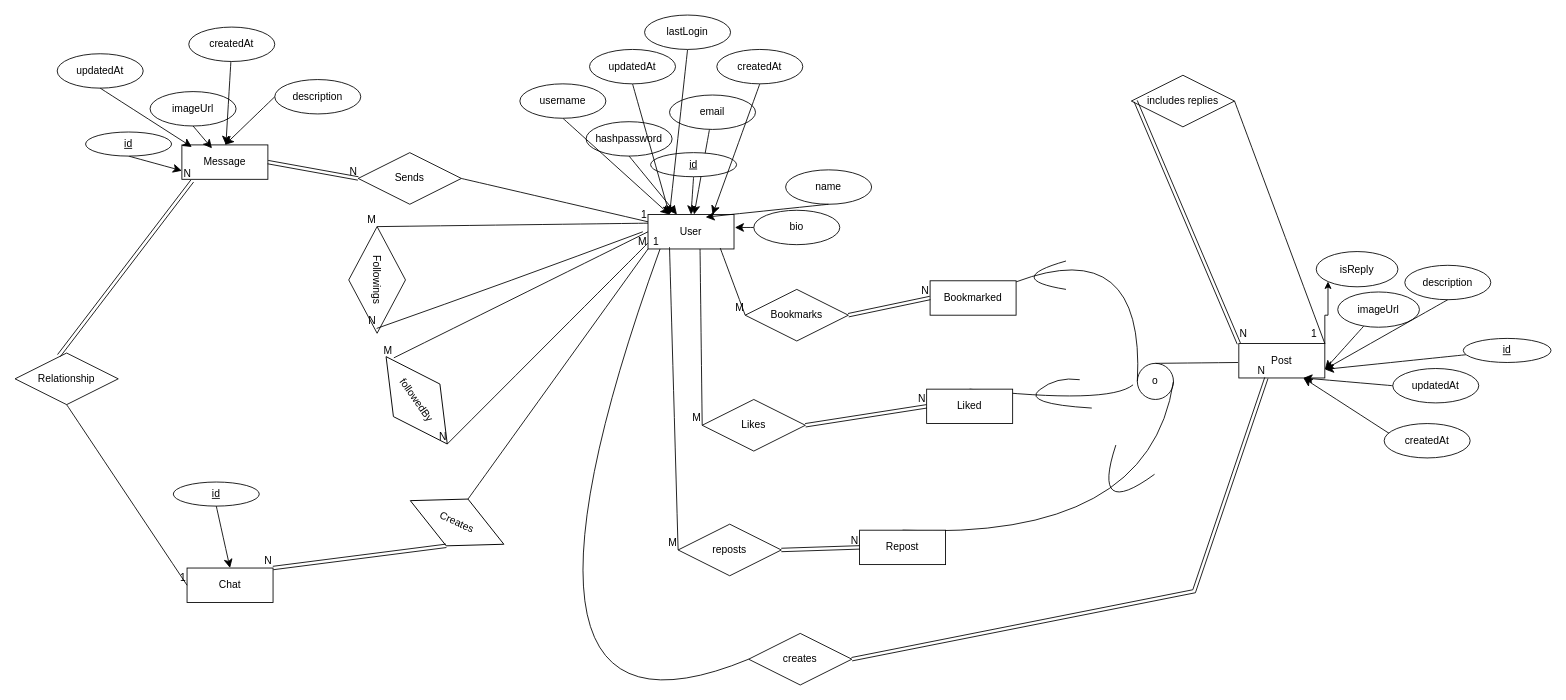
The draw.io diagram client/Untitled Diagram.drawio in codingcreedd/XCloneTOP, before the edit. Source tidied: cells renumbered, new cells numbered last; positions are measured from the earlier drawing's top-left corner, leaving out a move shared by most shapes. Both pictures are drawn from the tidied source at 86%, with x=0, y=0 at pixel (15, 15).
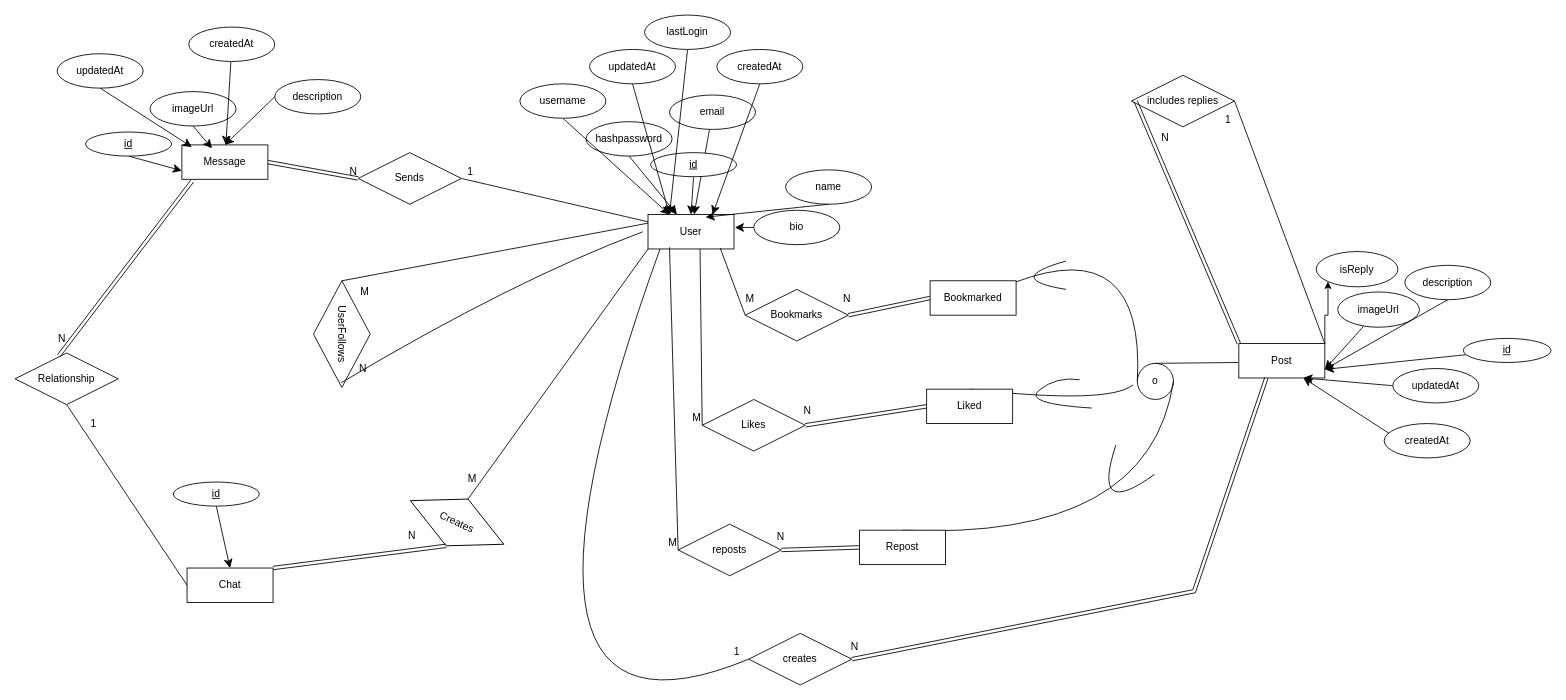
The same page after the edit.

The change refers to these unchanged cells:
```xml
<mxCell id="2" value="User" style="whiteSpace=wrap;html=1;align=center;" parent="1" vertex="1">
  <mxGeometry x="736" y="232" width="100" height="40" as="geometry" />
</mxCell>
<mxCell id="38" style="endArrow=none;html=1;rounded=0;fontSize=12;startSize=8;endSize=8;curved=1;exitX=0.5;exitY=1;exitDx=0;exitDy=0;entryX=0;entryY=0.5;entryDx=0;entryDy=0;" parent="1" edge="1" source="33" target="3">
  <mxGeometry relative="1" as="geometry" />
</mxCell>
<mxCell id="42" style="shape=link;html=1;rounded=0;fontSize=12;startSize=8;endSize=8;curved=1;entryX=0.12;entryY=1.05;entryDx=0;entryDy=0;entryPerimeter=0;exitX=0.425;exitY=0.05;exitDx=0;exitDy=0;exitPerimeter=0;" parent="1" edge="1" source="33" target="4">
  <mxGeometry relative="1" as="geometry" />
</mxCell>
<mxCell id="44" style="endArrow=none;html=1;rounded=0;fontSize=12;startSize=8;endSize=8;curved=1;exitX=1;exitY=0.5;exitDx=0;exitDy=0;" parent="1" edge="1" source="37" target="2">
  <mxGeometry relative="1" as="geometry" />
</mxCell>
<mxCell id="46" style="shape=link;html=1;rounded=0;fontSize=12;startSize=8;endSize=8;curved=1;entryX=1;entryY=0;entryDx=0;entryDy=0;exitX=0.5;exitY=1;exitDx=0;exitDy=0;" parent="1" edge="1" source="36" target="3">
  <mxGeometry relative="1" as="geometry" />
</mxCell>
<mxCell id="48" style="endArrow=none;html=1;rounded=0;fontSize=12;startSize=8;endSize=8;curved=1;exitX=0.5;exitY=0;exitDx=0;exitDy=0;entryX=0;entryY=1;entryDx=0;entryDy=0;" parent="1" edge="1" source="36" target="2">
  <mxGeometry relative="1" as="geometry" />
</mxCell>
<mxCell id="51" style="endArrow=none;html=1;rounded=0;fontSize=12;startSize=8;endSize=8;curved=1;entryX=0.955;entryY=0.508;entryDx=0;entryDy=0;entryPerimeter=0;" parent="1" edge="1" target="50">
  <mxGeometry relative="1" as="geometry">
    <mxPoint x="730" y="252" as="sourcePoint" />
    <Array as="points">
      <mxPoint x="580" y="308" />
    </Array>
  </mxGeometry>
</mxCell>
<mxCell id="57" style="endArrow=none;html=1;rounded=0;fontSize=12;startSize=8;endSize=8;curved=1;exitX=0;exitY=0.25;exitDx=0;exitDy=0;entryX=0;entryY=0.5;entryDx=0;entryDy=0;" parent="1" edge="1" source="2" target="50">
  <mxGeometry relative="1" as="geometry" />
</mxCell>
<mxCell id="70" style="shape=link;html=1;rounded=0;fontSize=12;startSize=8;endSize=8;curved=1;entryX=0;entryY=0;entryDx=0;entryDy=0;exitX=0.5;exitY=1;exitDx=0;exitDy=0;" parent="1" edge="1" target="6">
  <mxGeometry relative="1" as="geometry">
    <mxPoint x="1303" y="100" as="sourcePoint" />
  </mxGeometry>
</mxCell>
<mxCell id="72" style="endArrow=none;html=1;rounded=0;fontSize=12;startSize=8;endSize=8;curved=1;exitX=1;exitY=0.5;exitDx=0;exitDy=0;entryX=1;entryY=0;entryDx=0;entryDy=0;" parent="1" edge="1" source="34" target="6">
  <mxGeometry relative="1" as="geometry" />
</mxCell>
<mxCell id="77" style="shape=link;html=1;rounded=0;fontSize=12;startSize=8;endSize=8;curved=1;entryX=0;entryY=0.5;entryDx=0;entryDy=0;exitX=1;exitY=0.5;exitDx=0;exitDy=0;" parent="1" edge="1" source="74" target="68">
  <mxGeometry relative="1" as="geometry" />
</mxCell>
<mxCell id="79" style="shape=link;html=1;rounded=0;fontSize=12;startSize=8;endSize=8;curved=1;entryX=0;entryY=0.5;entryDx=0;entryDy=0;exitX=1;exitY=0.5;exitDx=0;exitDy=0;" parent="1" edge="1" source="76" target="67">
  <mxGeometry relative="1" as="geometry" />
</mxCell>
<mxCell id="81" style="shape=link;html=1;rounded=0;fontSize=12;startSize=8;endSize=8;curved=1;exitX=1;exitY=0.5;exitDx=0;exitDy=0;entryX=0;entryY=0.5;entryDx=0;entryDy=0;" parent="1" edge="1" source="75" target="66">
  <mxGeometry relative="1" as="geometry" />
</mxCell>
<mxCell id="83" style="endArrow=none;html=1;rounded=0;fontSize=12;startSize=8;endSize=8;curved=1;exitX=0.84;exitY=0.975;exitDx=0;exitDy=0;exitPerimeter=0;entryX=0;entryY=0.5;entryDx=0;entryDy=0;" parent="1" edge="1" source="2" target="74">
  <mxGeometry relative="1" as="geometry" />
</mxCell>
<mxCell id="90" style="shape=link;html=1;rounded=0;fontSize=12;startSize=8;endSize=8;curved=1;entryX=0.32;entryY=1;entryDx=0;entryDy=0;exitX=1;exitY=0.5;exitDx=0;exitDy=0;entryPerimeter=0;" parent="1" edge="1" source="89" target="6">
  <mxGeometry relative="1" as="geometry">
    <Array as="points">
      <mxPoint x="1371" y="670" />
    </Array>
  </mxGeometry>
</mxCell>
<mxCell id="92" style="endArrow=none;html=1;rounded=0;fontSize=12;startSize=8;endSize=8;curved=1;entryX=0.14;entryY=1;entryDx=0;entryDy=0;entryPerimeter=0;exitX=0;exitY=0.5;exitDx=0;exitDy=0;" parent="1" edge="1" source="89" target="2">
  <mxGeometry relative="1" as="geometry">
    <Array as="points">
      <mxPoint x="529" y="883" />
    </Array>
  </mxGeometry>
</mxCell>
```

Change to the diagram source:
```diff
@@
-    <mxCell id="35" value="followedBy" style="shape=rhombus;perimeter=rhombusPerimeter;whiteSpace=wrap;html=1;align=center;rotation=55;" parent="1" vertex="1">
-      <mxGeometry x="405" y="415" width="124" height="66" as="geometry" />
-    </mxCell>
@@
     <mxCell id="39" value="1" style="html=1;whiteSpace=wrap;align=right;verticalAlign=bottom;" parent="38" vertex="1">
-      <mxGeometry x="1" relative="1" as="geometry" />
+      <mxGeometry x="1" relative="1" as="geometry">
+        <mxPoint x="-104" y="-179" as="offset" />
+      </mxGeometry>
     </mxCell>
@@
     <mxCell id="43" value="N" style="html=1;whiteSpace=wrap;align=right;verticalAlign=bottom;" parent="42" vertex="1">
-      <mxGeometry x="1" relative="1" as="geometry" />
+      <mxGeometry x="1" relative="1" as="geometry">
+        <mxPoint x="-146" y="192" as="offset" />
+      </mxGeometry>
     </mxCell>
@@
     <mxCell id="45" value="1" style="html=1;whiteSpace=wrap;align=right;verticalAlign=bottom;" parent="44" vertex="1">
-      <mxGeometry x="1" relative="1" as="geometry" />
+      <mxGeometry x="1" relative="1" as="geometry">
+        <mxPoint x="-202" y="-49" as="offset" />
+      </mxGeometry>
     </mxCell>
@@
     <mxCell id="47" value="N" style="html=1;whiteSpace=wrap;align=right;verticalAlign=bottom;" parent="46" vertex="1">
-      <mxGeometry x="1" relative="1" as="geometry" />
+      <mxGeometry x="1" relative="1" as="geometry">
+        <mxPoint x="167" y="-29" as="offset" />
+      </mxGeometry>
     </mxCell>
@@
     <mxCell id="49" value="M" style="html=1;whiteSpace=wrap;align=right;verticalAlign=bottom;" parent="48" vertex="1">
-      <mxGeometry x="1" relative="1" as="geometry" />
+      <mxGeometry x="1" relative="1" as="geometry">
+        <mxPoint x="-198" y="275" as="offset" />
+      </mxGeometry>
     </mxCell>
-    <mxCell id="50" value="Followings" style="shape=rhombus;perimeter=rhombusPerimeter;whiteSpace=wrap;html=1;align=center;rotation=90;" parent="1" vertex="1">
-      <mxGeometry x="359" y="275" width="124" height="66" as="geometry" />
+    <mxCell id="50" value="UserFollows" style="shape=rhombus;perimeter=rhombusPerimeter;whiteSpace=wrap;html=1;align=center;rotation=90;" parent="1" vertex="1">
+      <mxGeometry x="318" y="338" width="124" height="66" as="geometry" />
     </mxCell>
@@
     <mxCell id="52" value="N" style="html=1;whiteSpace=wrap;align=right;verticalAlign=bottom;" parent="51" vertex="1">
-      <mxGeometry x="1" relative="1" as="geometry" />
+      <mxGeometry x="1" relative="1" as="geometry">
+        <mxPoint x="31" y="-9" as="offset" />
+      </mxGeometry>
     </mxCell>
-    <mxCell id="53" style="endArrow=none;html=1;rounded=0;fontSize=12;startSize=8;endSize=8;curved=1;entryX=0.051;entryY=0.4;entryDx=0;entryDy=0;entryPerimeter=0;exitX=0;exitY=0.5;exitDx=0;exitDy=0;" parent="1" edge="1" source="2" target="35">
-      <mxGeometry relative="1" as="geometry" />
-    </mxCell>
-    <mxCell id="54" value="M" style="html=1;whiteSpace=wrap;align=right;verticalAlign=bottom;" parent="53" vertex="1">
-      <mxGeometry x="1" relative="1" as="geometry" />
-    </mxCell>
-    <mxCell id="55" style="endArrow=none;html=1;rounded=0;fontSize=12;startSize=8;endSize=8;curved=1;entryX=1;entryY=0.5;entryDx=0;entryDy=0;" parent="1" edge="1" target="35">
-      <mxGeometry relative="1" as="geometry">
-        <mxPoint x="736" y="265" as="sourcePoint" />
-      </mxGeometry>
-    </mxCell>
-    <mxCell id="56" value="N" style="html=1;whiteSpace=wrap;align=right;verticalAlign=bottom;" parent="55" vertex="1">
-      <mxGeometry x="1" relative="1" as="geometry" />
-    </mxCell>
@@
     <mxCell id="58" value="M" style="html=1;whiteSpace=wrap;align=right;verticalAlign=bottom;" parent="57" vertex="1">
-      <mxGeometry x="1" relative="1" as="geometry" />
+      <mxGeometry x="1" relative="1" as="geometry">
+        <mxPoint x="33" y="21" as="offset" />
+      </mxGeometry>
     </mxCell>
@@
     <mxCell id="71" value="N" style="html=1;whiteSpace=wrap;align=right;verticalAlign=bottom;" parent="70" vertex="1">
       <mxGeometry x="1" relative="1" as="geometry">
-        <mxPoint x="11" y="-3" as="offset" />
+        <mxPoint x="-80" y="-231" as="offset" />
       </mxGeometry>
     </mxCell>
@@
     <mxCell id="73" value="1" style="html=1;whiteSpace=wrap;align=right;verticalAlign=bottom;" parent="72" vertex="1">
       <mxGeometry x="1" relative="1" as="geometry">
-        <mxPoint x="-8" y="-3" as="offset" />
+        <mxPoint x="-108" y="-252" as="offset" />
       </mxGeometry>
     </mxCell>
@@
     <mxCell id="78" value="N" style="html=1;whiteSpace=wrap;align=right;verticalAlign=bottom;" parent="77" vertex="1">
-      <mxGeometry x="1" relative="1" as="geometry" />
+      <mxGeometry x="1" relative="1" as="geometry">
+        <mxPoint x="-91" y="9" as="offset" />
+      </mxGeometry>
     </mxCell>
@@
     <mxCell id="80" value="N" style="html=1;whiteSpace=wrap;align=right;verticalAlign=bottom;" parent="79" vertex="1">
-      <mxGeometry x="1" relative="1" as="geometry" />
+      <mxGeometry x="1" relative="1" as="geometry">
+        <mxPoint x="-133" y="13" as="offset" />
+      </mxGeometry>
     </mxCell>
@@
     <mxCell id="82" value="N" style="html=1;whiteSpace=wrap;align=right;verticalAlign=bottom;" parent="81" vertex="1">
-      <mxGeometry x="1" relative="1" as="geometry" />
+      <mxGeometry x="1" relative="1" as="geometry">
+        <mxPoint x="-86" y="-4" as="offset" />
+      </mxGeometry>
     </mxCell>
@@
     <mxCell id="84" value="M" style="html=1;whiteSpace=wrap;align=right;verticalAlign=bottom;" parent="83" vertex="1">
-      <mxGeometry x="1" relative="1" as="geometry" />
+      <mxGeometry x="1" relative="1" as="geometry">
+        <mxPoint x="12" y="-11" as="offset" />
+      </mxGeometry>
     </mxCell>
@@
     <mxCell id="91" value="N" style="html=1;whiteSpace=wrap;align=right;verticalAlign=bottom;" parent="90" vertex="1">
-      <mxGeometry x="1" relative="1" as="geometry" />
+      <mxGeometry x="1" relative="1" as="geometry">
+        <mxPoint x="-473" y="321" as="offset" />
+      </mxGeometry>
     </mxCell>
@@
     <mxCell id="93" value="1" style="html=1;whiteSpace=wrap;align=right;verticalAlign=bottom;" parent="92" vertex="1">
-      <mxGeometry x="1" relative="1" as="geometry" />
+      <mxGeometry x="1" relative="1" as="geometry">
+        <mxPoint x="94" y="477" as="offset" />
+      </mxGeometry>
     </mxCell>
```
